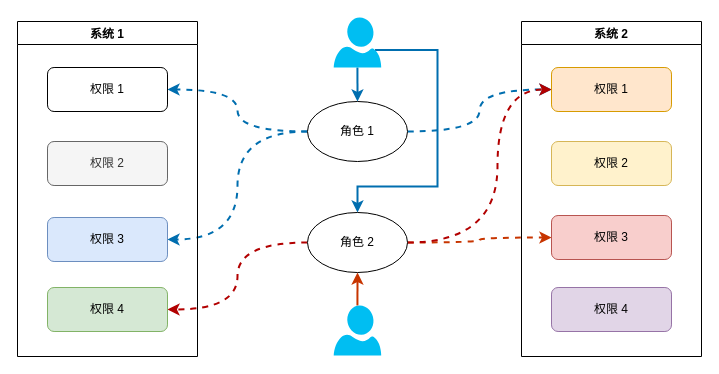
The draw.io diagram Draw/ATS/Authority.drawio in huangjia2107/DrawOnline, before the edit. Source tidied: cells renumbered, new cells numbered last; positions are measured from the earlier drawing's top-left corner, leaving out a move shared by most shapes. Both pictures are drawn from the tidied source at 100%, with x=0, y=0 at pixel (17, 17).
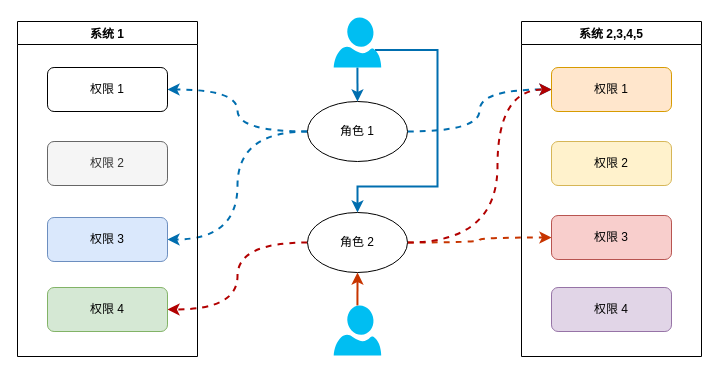
The same page after the edit.

The edit, as a diff of the source:
```diff
@@
-    <mxCell id="15" value="系统 2" style="swimlane;" parent="1" vertex="1">
+    <mxCell id="15" value="系统 2,3,4,5" style="swimlane;startSize=23;" parent="1" vertex="1">
       <mxGeometry x="504" y="4" width="180" height="335" as="geometry" />
     </mxCell>
```
